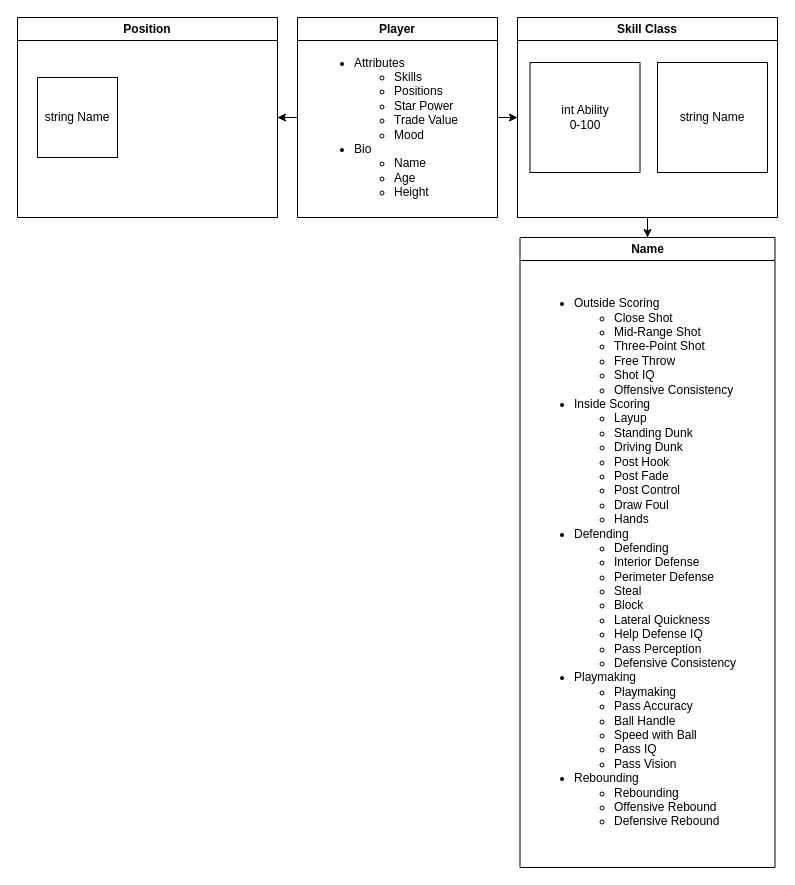
Above: basketball-sim-game.drawio in nosra/basketball-gm-game (draw.io), before the change. Source tidied: cells renumbered, new cells numbered last; positions are measured from the earlier drawing's top-left corner, leaving out a move shared by most shapes. Both pictures are drawn from the tidied source at 100%, with x=0, y=0 at pixel (17, 17).
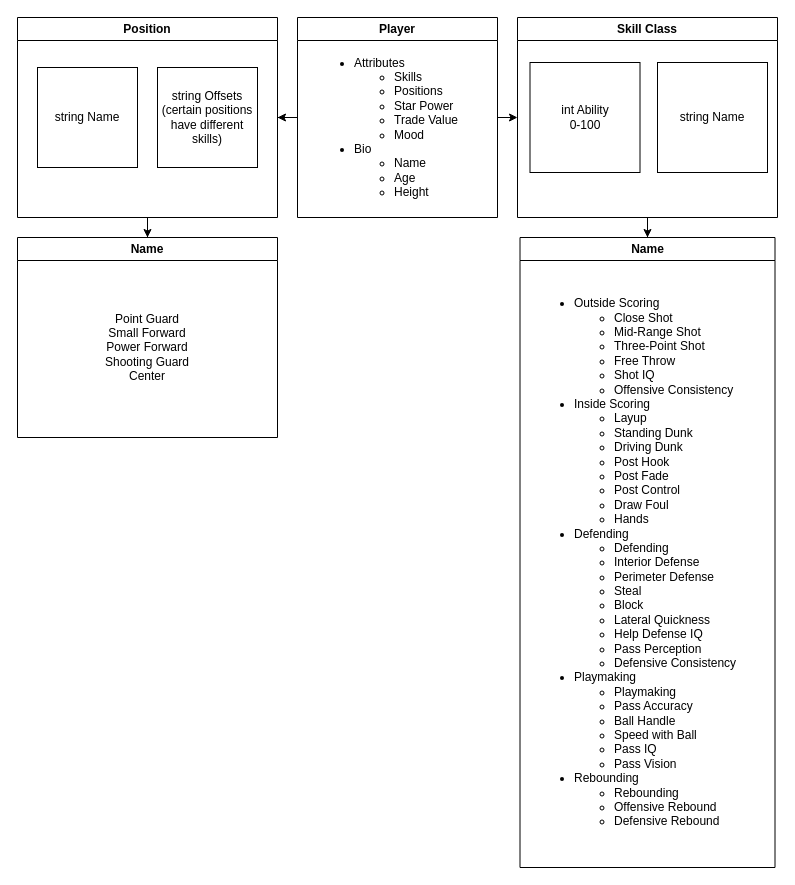
After the change.

Change to the diagram source:
```diff
@@
 <mxGraphModel>
   <root>
     <mxCell id="0" />
     <mxCell id="1" parent="0" />
     <mxCell id="2" style="edgeStyle=orthogonalEdgeStyle;rounded=0;jettySize=auto;html=1;exitX=1;exitY=0.5;exitDx=0;exitDy=0;" parent="1" edge="1" source="4">
       <mxGeometry relative="1" as="geometry">
         <mxPoint x="500" y="100" as="targetPoint" />
       </mxGeometry>
     </mxCell>
     <mxCell id="3" style="edgeStyle=orthogonalEdgeStyle;rounded=0;jettySize=auto;html=1;entryX=1;entryY=0.5;entryDx=0;entryDy=0;" parent="1" edge="1" source="4" target="12">
       <mxGeometry relative="1" as="geometry" />
     </mxCell>
     <mxCell id="4" value="Player" style="swimlane;whiteSpace=wrap;html=1;labelBackgroundColor=none;" parent="1" vertex="1">
       <mxGeometry x="280" width="200" height="200" as="geometry" />
     </mxCell>
     <mxCell id="5" value="&lt;ul style=&quot;&quot;&gt;&lt;li style=&quot;&quot;&gt;&lt;span style=&quot;background-color: initial;&quot;&gt;Attributes&lt;/span&gt;&lt;/li&gt;&lt;ul&gt;&lt;li style=&quot;&quot;&gt;&lt;span style=&quot;background-color: initial;&quot;&gt;Skills&lt;/span&gt;&lt;/li&gt;&lt;li style=&quot;&quot;&gt;Positions&lt;/li&gt;&lt;li style=&quot;&quot;&gt;Star Power&lt;/li&gt;&lt;li style=&quot;&quot;&gt;Trade Value&lt;/li&gt;&lt;li style=&quot;&quot;&gt;Mood&lt;/li&gt;&lt;/ul&gt;&lt;li&gt;Bio&lt;/li&gt;&lt;ul&gt;&lt;li&gt;Name&lt;/li&gt;&lt;li&gt;Age&lt;/li&gt;&lt;li&gt;Height&lt;/li&gt;&lt;/ul&gt;&lt;/ul&gt;" style="text;html=1;align=left;verticalAlign=middle;strokeColor=none;fillColor=none;labelBackgroundColor=none;" parent="4" vertex="1">
       <mxGeometry x="15" y="20" width="170" height="180" as="geometry" />
     </mxCell>
     <mxCell id="6" value="Name" style="swimlane;whiteSpace=wrap;html=1;labelBackgroundColor=none;" parent="1" vertex="1">
       <mxGeometry x="502.5" y="220" width="255" height="630" as="geometry" />
     </mxCell>
     <mxCell id="7" value="&lt;ul&gt;&lt;li&gt;Outside Scoring&lt;/li&gt;&lt;ul&gt;&lt;li&gt;Close Shot&lt;/li&gt;&lt;li&gt;Mid-Range Shot&lt;/li&gt;&lt;li&gt;Three-Point Shot&lt;/li&gt;&lt;li&gt;Free Throw&lt;/li&gt;&lt;li&gt;Shot IQ&lt;/li&gt;&lt;li&gt;Offensive Consistency&lt;/li&gt;&lt;/ul&gt;&lt;li&gt;Inside Scoring&lt;/li&gt;&lt;ul&gt;&lt;li&gt;Layup&lt;/li&gt;&lt;li&gt;Standing Dunk&lt;/li&gt;&lt;li&gt;Driving Dunk&lt;/li&gt;&lt;li&gt;Post Hook&lt;/li&gt;&lt;li&gt;Post Fade&lt;/li&gt;&lt;li&gt;Post Control&lt;/li&gt;&lt;li&gt;Draw Foul&lt;/li&gt;&lt;li&gt;Hands&lt;/li&gt;&lt;/ul&gt;&lt;li&gt;Defending&lt;/li&gt;&lt;ul&gt;&lt;li&gt;Defending&lt;/li&gt;&lt;li&gt;Interior Defense&lt;/li&gt;&lt;li&gt;Perimeter Defense&lt;/li&gt;&lt;li&gt;Steal&lt;/li&gt;&lt;li&gt;Block&lt;/li&gt;&lt;li&gt;Lateral Quickness&lt;/li&gt;&lt;li&gt;Help Defense IQ&lt;/li&gt;&lt;li&gt;Pass Perception&lt;/li&gt;&lt;li&gt;Defensive Consistency&lt;/li&gt;&lt;/ul&gt;&lt;li&gt;Playmaking&lt;/li&gt;&lt;ul&gt;&lt;li&gt;Playmaking&lt;/li&gt;&lt;li&gt;Pass Accuracy&lt;/li&gt;&lt;li&gt;Ball Handle&lt;/li&gt;&lt;li&gt;Speed with Ball&lt;/li&gt;&lt;li&gt;Pass IQ&lt;/li&gt;&lt;li&gt;Pass Vision&lt;/li&gt;&lt;/ul&gt;&lt;li&gt;Rebounding&lt;/li&gt;&lt;ul&gt;&lt;li&gt;Rebounding&lt;/li&gt;&lt;li&gt;Offensive Rebound&lt;/li&gt;&lt;li&gt;Defensive Rebound&lt;/li&gt;&lt;/ul&gt;&lt;/ul&gt;" style="text;html=1;align=left;verticalAlign=middle;strokeColor=none;fillColor=none;labelBackgroundColor=none;" parent="6" vertex="1">
       <mxGeometry x="12.5" y="40" width="230" height="570" as="geometry" />
     </mxCell>
     <mxCell id="8" style="edgeStyle=orthogonalEdgeStyle;rounded=0;jettySize=auto;html=1;entryX=0.5;entryY=0;entryDx=0;entryDy=0;" parent="1" edge="1" source="9" target="6">
       <mxGeometry relative="1" as="geometry" />
     </mxCell>
     <mxCell id="9" value="Skill Class" style="swimlane;whiteSpace=wrap;html=1;labelBackgroundColor=none;" parent="1" vertex="1">
       <mxGeometry x="500" width="260" height="200" as="geometry" />
     </mxCell>
     <mxCell id="10" value="int Ability&lt;br&gt;0-100" style="whiteSpace=wrap;html=1;align=center;" parent="9" vertex="1">
       <mxGeometry x="12.5" y="45" width="110" height="110" as="geometry" />
     </mxCell>
     <mxCell id="11" value="string Name" style="whiteSpace=wrap;html=1;" parent="9" vertex="1">
       <mxGeometry x="140" y="45" width="110" height="110" as="geometry" />
     </mxCell>
+    <mxCell id="14" style="edgeStyle=orthogonalEdgeStyle;rounded=0;jettySize=auto;html=1;exitX=0.5;exitY=1;exitDx=0;exitDy=0;" parent="1" edge="1" source="12" target="16">
+      <mxGeometry relative="1" as="geometry" />
+    </mxCell>
     <mxCell id="12" value="Position" style="swimlane;whiteSpace=wrap;html=1;" parent="1" vertex="1">
       <mxGeometry width="260" height="200" as="geometry" />
     </mxCell>
     <mxCell id="13" value="string Name" style="whiteSpace=wrap;html=1;" parent="12" vertex="1">
-      <mxGeometry x="20" y="60" width="80" height="80" as="geometry" />
+      <mxGeometry x="20" y="50" width="100" height="100" as="geometry" />
     </mxCell>
+    <mxCell id="15" value="string Offsets&lt;br&gt;(certain positions have different skills)" style="whiteSpace=wrap;html=1;" parent="12" vertex="1">
+      <mxGeometry x="140" y="50" width="100" height="100" as="geometry" />
+    </mxCell>
+    <mxCell id="16" value="Name" style="swimlane;whiteSpace=wrap;html=1;" parent="1" vertex="1">
+      <mxGeometry y="220" width="260" height="200" as="geometry" />
+    </mxCell>
+    <mxCell id="17" value="&lt;span style=&quot;background-color: initial;&quot;&gt;Point Guard&lt;/span&gt;&lt;br&gt;&lt;span style=&quot;background-color: initial;&quot;&gt;Small Forward&lt;/span&gt;&lt;br&gt;&lt;span style=&quot;background-color: initial;&quot;&gt;Power Forward&lt;/span&gt;&lt;br&gt;&lt;span style=&quot;background-color: initial;&quot;&gt;Shooting Guard&lt;/span&gt;&lt;br&gt;&lt;span style=&quot;background-color: initial;&quot;&gt;Center&lt;/span&gt;" style="text;html=1;strokeColor=none;fillColor=none;align=center;verticalAlign=middle;whiteSpace=wrap;rounded=0;" parent="16" vertex="1">
+      <mxGeometry y="20" width="260" height="180" as="geometry" />
+    </mxCell>
   </root>
 </mxGraphModel>
```
